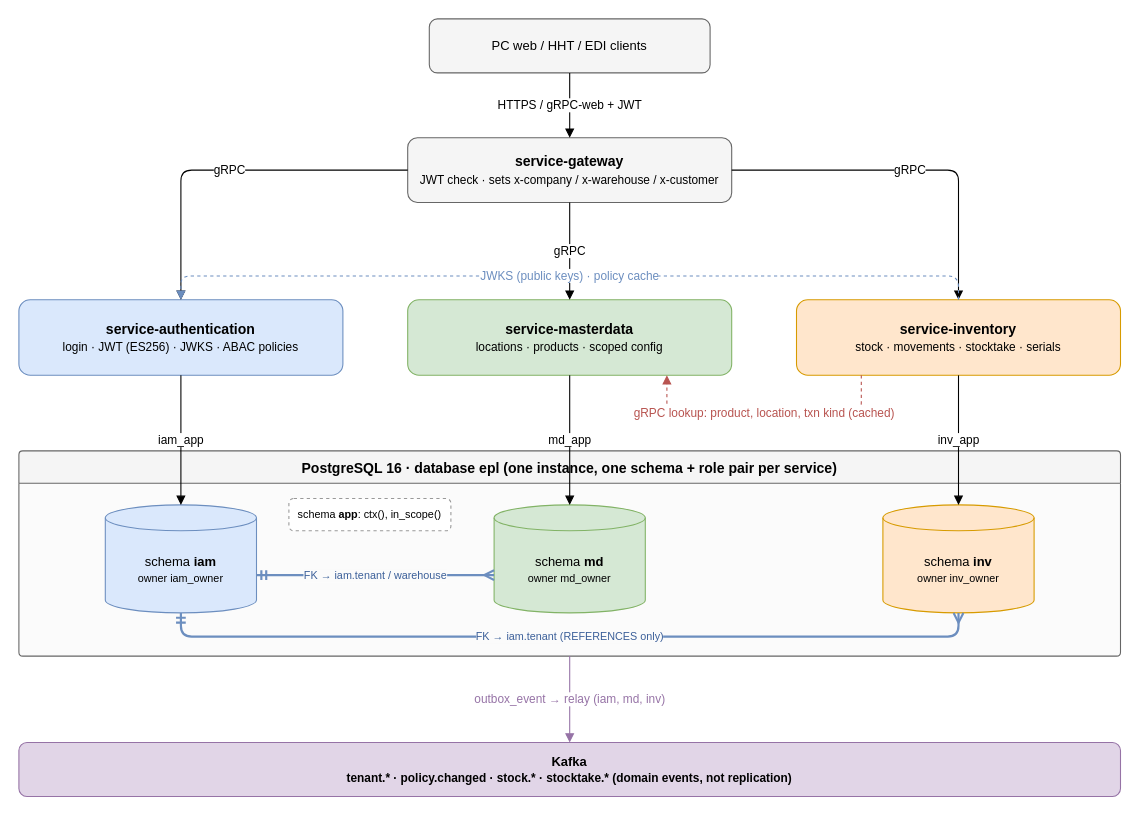
bac-ta/microservice-architecture keeps this draw.io diagram as page "1. Services & data flow" (1 of 2) of database/db-dependencies.drawio. Above is the earlier version. Source tidied: cells renumbered, new cells numbered last; positions are measured from the earlier drawing's top-left corner, leaving out a move shared by most shapes. Both pictures are drawn from the tidied source at 108%, with x=0, y=0 at pixel (18, 18).
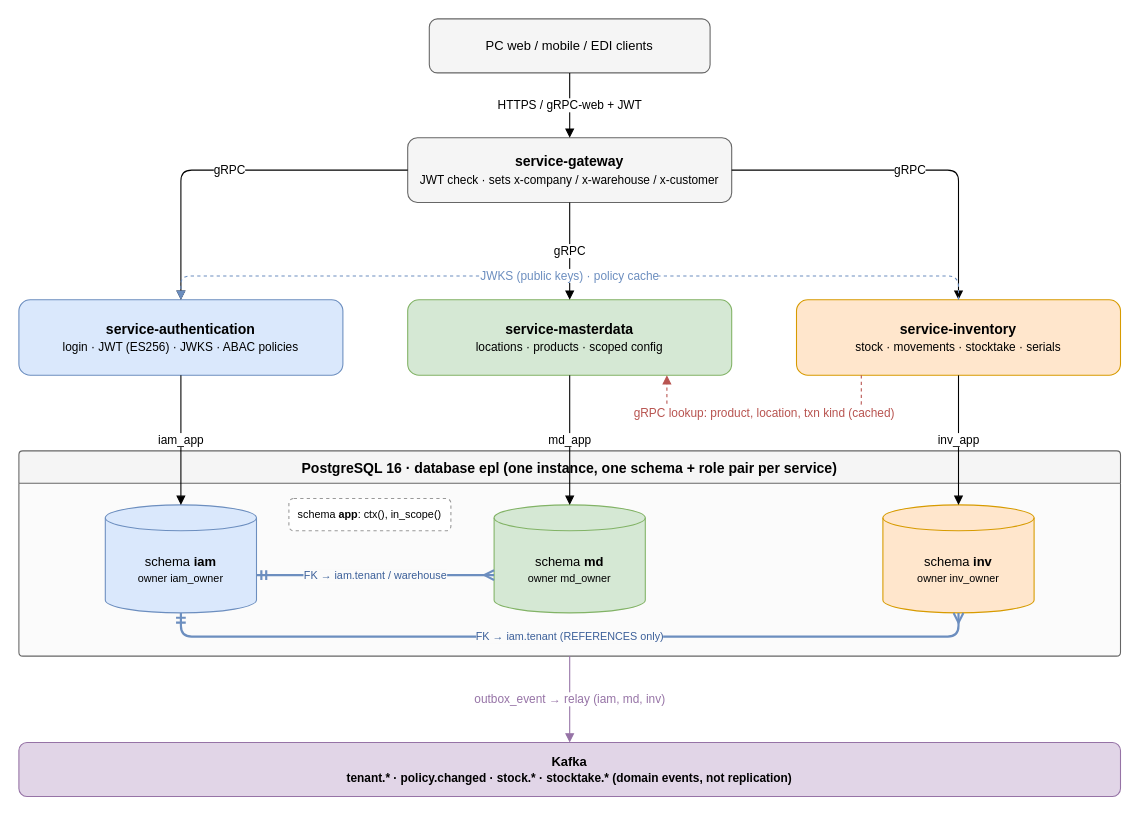
The same diagram, later.

Commit message (it also covers changes not shown here):
Change HHT to MOBILE

Diff of the diagram source:
```diff
@@
-    <mxCell id="2" value="PC web / HHT / EDI clients" style="rounded=1;whiteSpace=wrap;html=1;fillColor=#f5f5f5;strokeColor=#666666;" parent="1" vertex="1">
+    <mxCell id="2" value="PC web / mobile / EDI clients" style="rounded=1;whiteSpace=wrap;html=1;fillColor=#f5f5f5;strokeColor=#666666;" parent="1" vertex="1">
       <mxGeometry x="380" width="260" height="50" as="geometry" />
     </mxCell>
```
